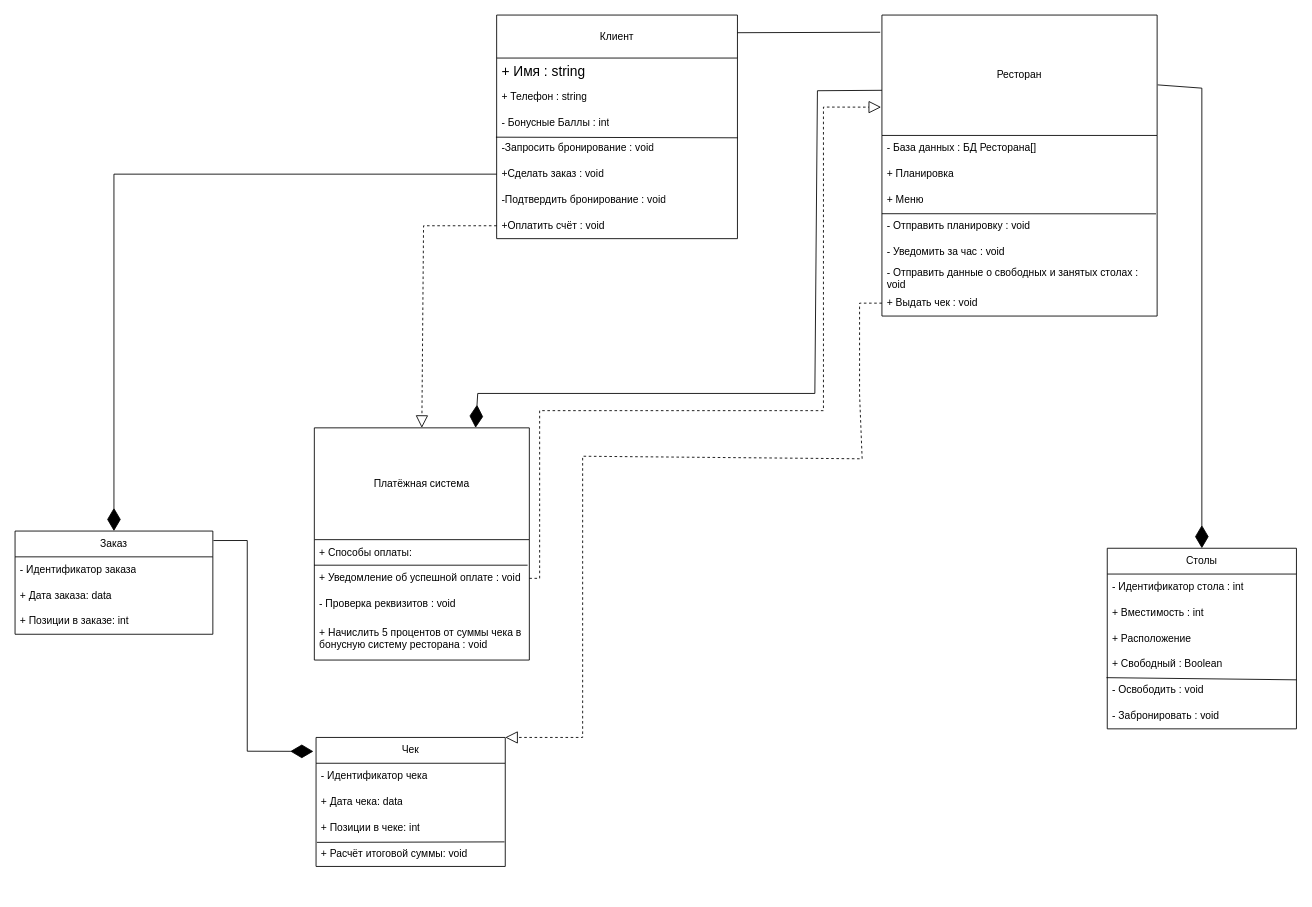
The draw.io diagram Диаграмма классов.drawio in Crecker24/kursach, before the edit. Source tidied: cells renumbered, new cells numbered last; positions are measured from the earlier drawing's top-left corner, leaving out a move shared by most shapes. Both pictures are drawn from the tidied source at 86%, with x=0, y=0 at pixel (15, 15).
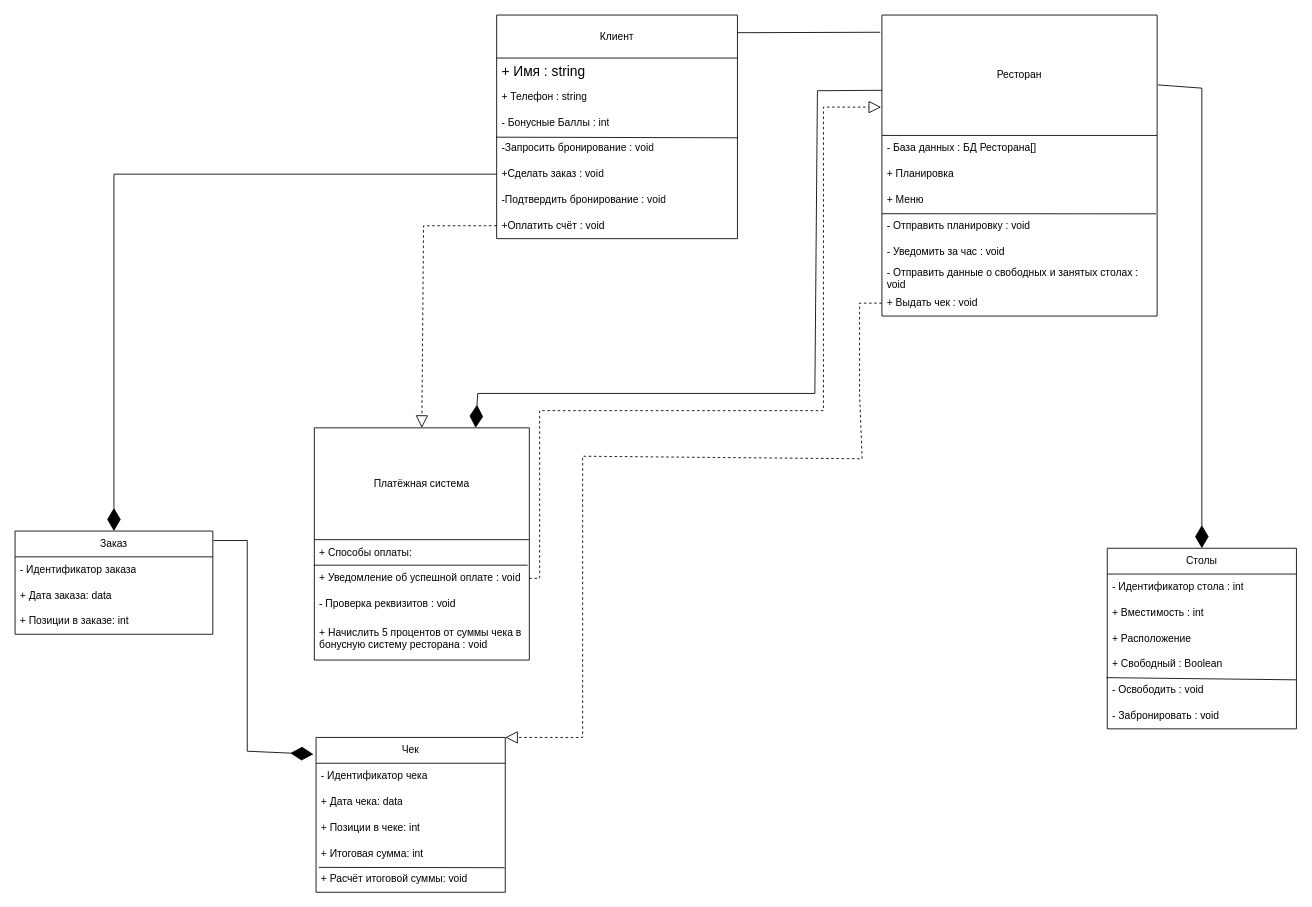
After the change.

Change to the diagram source:
```diff
@@
     <mxCell id="26" value="Чек" style="swimlane;fontStyle=0;horizontal=1;startSize=30;whiteSpace=wrap;html=1;" parent="1" vertex="1">
-      <mxGeometry x="350" y="840" width="220" height="150" as="geometry" />
+      <mxGeometry x="350" y="840" width="220" height="180" as="geometry" />
     </mxCell>
@@
+    <mxCell id="52" value="+ Позиции в чеке: int" style="text;strokeColor=none;fillColor=none;align=left;verticalAlign=middle;spacingLeft=4;spacingRight=4;overflow=hidden;whiteSpace=wrap;html=1;" parent="26" vertex="1">
+      <mxGeometry y="90" width="220" height="30" as="geometry" />
+    </mxCell>
-    <mxCell id="29" value="+ Позиции в чеке: int" style="text;strokeColor=none;fillColor=none;align=left;verticalAlign=middle;spacingLeft=4;spacingRight=4;overflow=hidden;whiteSpace=wrap;html=1;" parent="26" vertex="1">
-      <mxGeometry y="90" width="220" height="30" as="geometry" />
+    <mxCell id="29" value="+ Итоговая сумма: int" style="text;strokeColor=none;fillColor=none;align=left;verticalAlign=middle;spacingLeft=4;spacingRight=4;overflow=hidden;whiteSpace=wrap;html=1;" parent="26" vertex="1">
+      <mxGeometry y="120" width="220" height="30" as="geometry" />
     </mxCell>
-    <mxCell id="30" style="endArrow=none;html=1;rounded=0;entryX=0.996;entryY=0.048;entryDx=0;entryDy=0;entryPerimeter=0;exitX=0.009;exitY=0.867;exitDx=0;exitDy=0;exitPerimeter=0;" parent="26" edge="1" target="31">
-      <mxGeometry relative="1" as="geometry">
-        <mxPoint x="1" y="122" as="sourcePoint" />
-      </mxGeometry>
+    <mxCell id="30" style="endArrow=none;html=1;rounded=0;entryX=0.996;entryY=0.048;entryDx=0;entryDy=0;entryPerimeter=0;exitX=0.014;exitY=0.036;exitDx=0;exitDy=0;exitPerimeter=0;" parent="26" edge="1" source="31" target="31">
+      <mxGeometry relative="1" as="geometry" />
     </mxCell>
     <mxCell id="31" value="+ Расчёт итоговой суммы: void" style="text;strokeColor=none;fillColor=none;align=left;verticalAlign=middle;spacingLeft=4;spacingRight=4;overflow=hidden;points=[[0,0.5],[1,0.5]];portConstraint=eastwest;whiteSpace=wrap;html=1;" parent="26" vertex="1">
-      <mxGeometry y="120" width="220" height="30" as="geometry" />
+      <mxGeometry y="150" width="220" height="30" as="geometry" />
     </mxCell>
```
